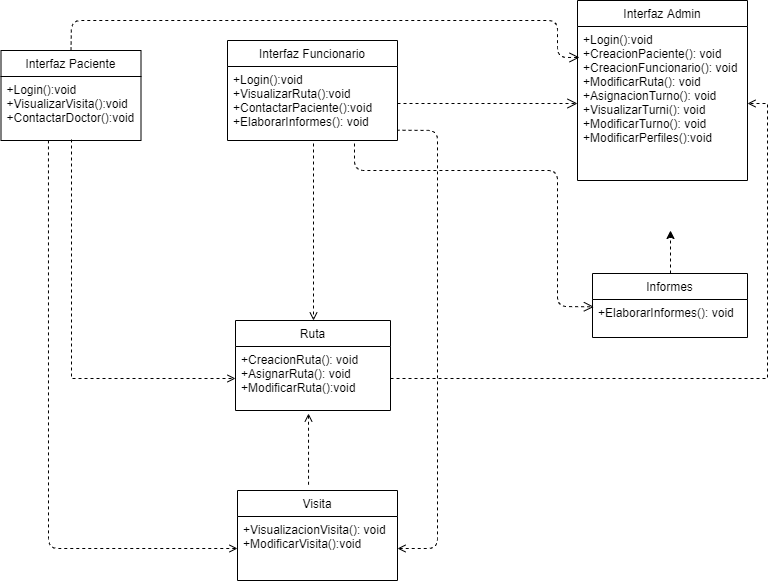
DanSotoC/G4HD keeps this draw.io diagram as Diagramas de clase/DiagramaCompleto.png. Above is the earlier version. Source tidied: cells renumbered, new cells last; positions are measured from the earlier drawing's top-left corner, leaving out a move shared by most shapes.
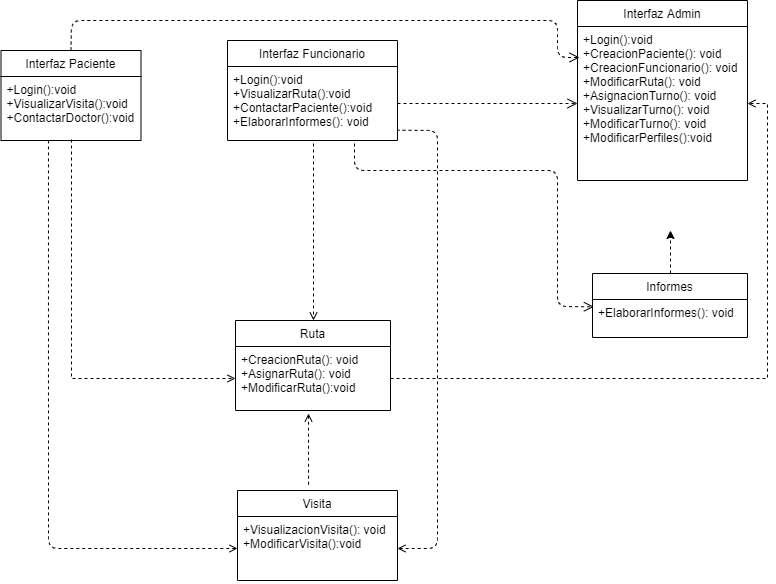
After the commit.

The edit, as a diff of the source:
```diff
@@ -25,7 +25,7 @@
     <mxCell id="8" value="&#10;Interfaz Admin&#10;" style="swimlane;fontStyle=0;horizontal=1;startSize=26;fillColor=none;" parent="1" vertex="1">
       <mxGeometry x="576" width="170" height="180" as="geometry" />
     </mxCell>
-    <mxCell id="9" value="+Login():void&#10;+CreacionPaciente(): void&#10;+CreacionFuncionario(): void&#10;+ModificarRuta(): void&#10;+AsignacionTurno(): void&#10;+VisualizarTurni(): void&#10;+ModificarTurno(): void&#10;+ModificarPerfiles():void" style="text;strokeColor=none;fillColor=none;align=left;verticalAlign=top;spacingLeft=4;spacingRight=4;overflow=hidden;points=[[0,0.5],[1,0.5]];portConstraint=eastwest;" parent="8" vertex="1">
+    <mxCell id="9" value="+Login():void&#10;+CreacionPaciente(): void&#10;+CreacionFuncionario(): void&#10;+ModificarRuta(): void&#10;+AsignacionTurno(): void&#10;+VisualizarTurno(): void&#10;+ModificarTurno(): void&#10;+ModificarPerfiles():void" style="text;strokeColor=none;fillColor=none;align=left;verticalAlign=top;spacingLeft=4;spacingRight=4;overflow=hidden;points=[[0,0.5],[1,0.5]];portConstraint=eastwest;" parent="8" vertex="1">
       <mxGeometry y="26" width="170" height="154" as="geometry" />
     </mxCell>
     <mxCell id="10" value="Interfaz Paciente" style="swimlane;fontStyle=0;horizontal=1;startSize=26;fillColor=none;" parent="1" vertex="1">
```
